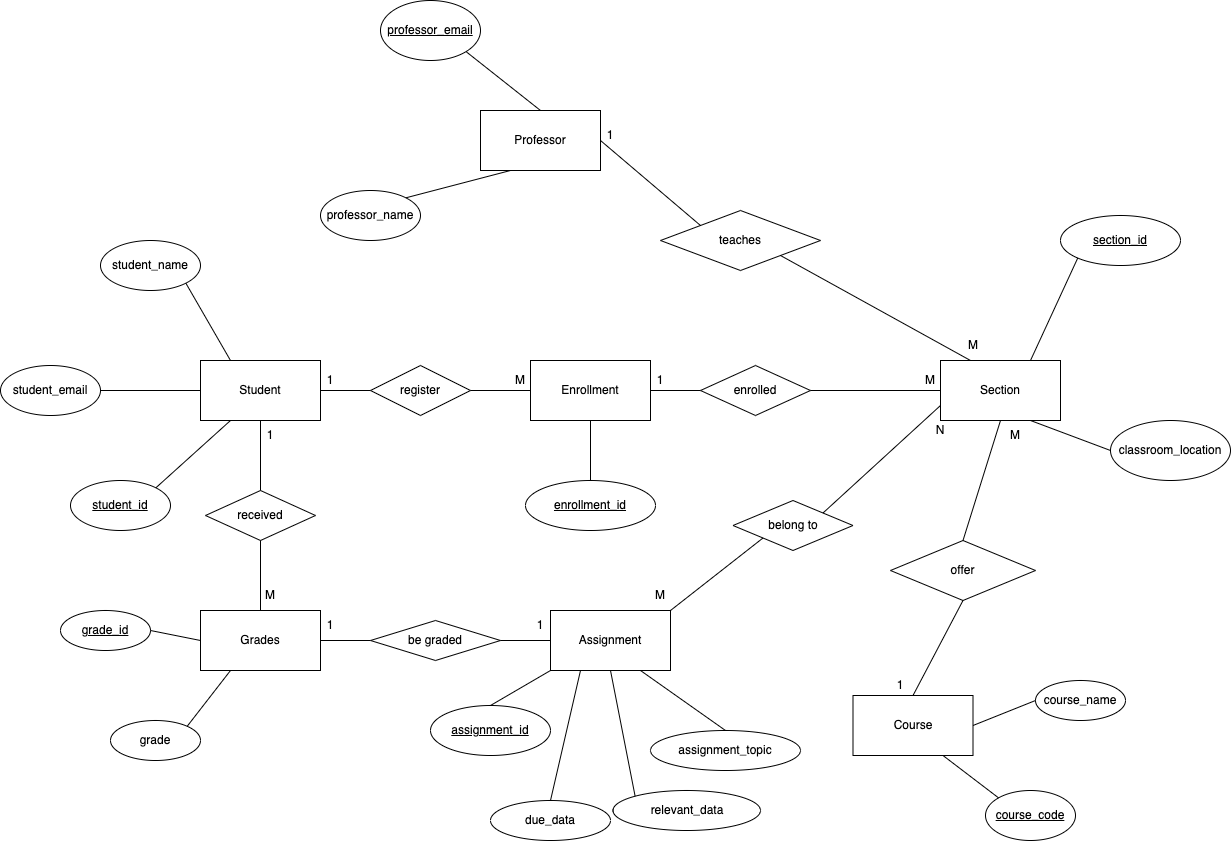
Earlier version of the draw.io export ER diagram.png (dbdesign-students-spring2024/5-database-design-Ruojin-song). Source tidied: cells renumbered, new cells last; positions are measured from the earlier drawing's top-left corner, leaving out a move shared by most shapes.
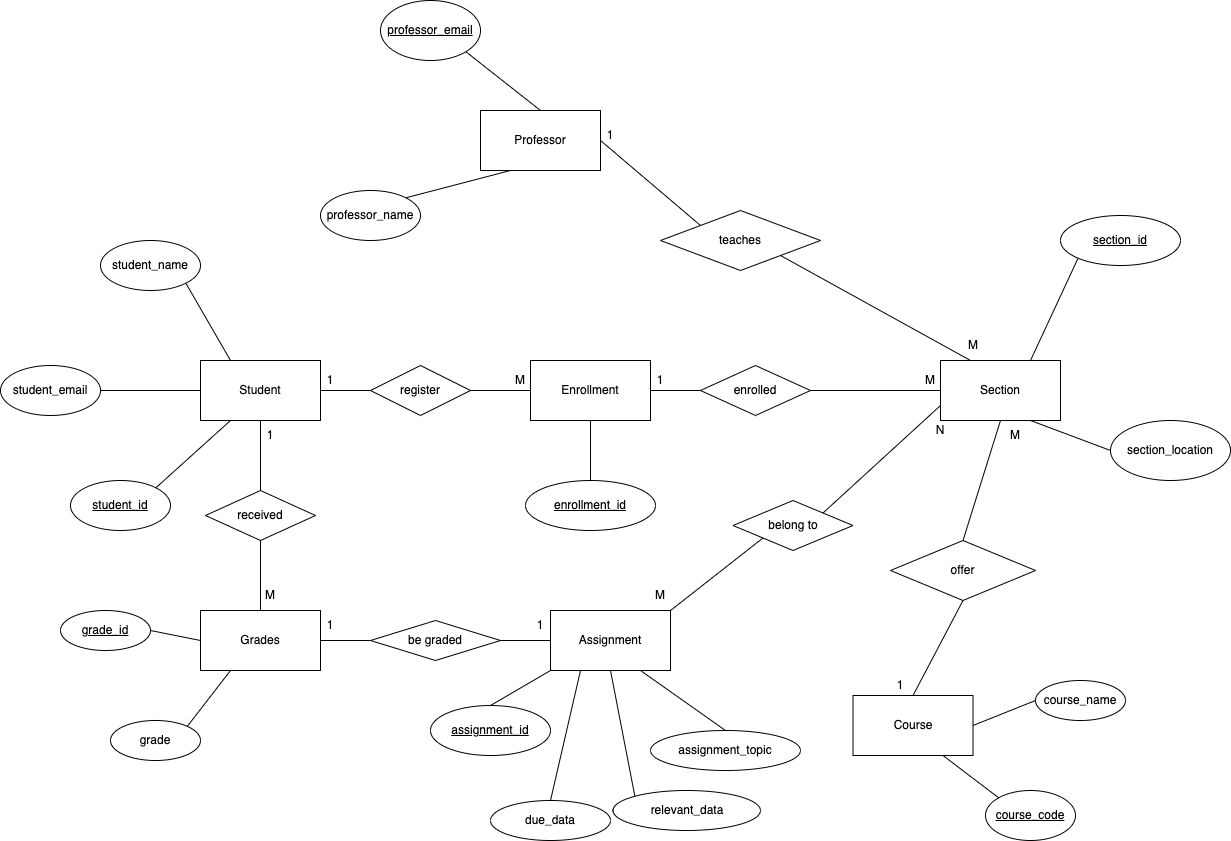
The same diagram one commit later.

Commit message:
Finished Assignment

What changed in the source:
```diff
@@ -65,7 +65,7 @@
     <mxCell id="22" value="&lt;u&gt;section_id&lt;/u&gt;" style="ellipse;whiteSpace=wrap;html=1;" parent="1" vertex="1">
       <mxGeometry x="1060" y="215" width="120" height="50" as="geometry" />
     </mxCell>
-    <mxCell id="23" value="classroom_location" style="ellipse;whiteSpace=wrap;html=1;" parent="1" vertex="1">
+    <mxCell id="23" value="section_location" style="ellipse;whiteSpace=wrap;html=1;" parent="1" vertex="1">
       <mxGeometry x="1110" y="420" width="120" height="60" as="geometry" />
     </mxCell>
     <mxCell id="24" value="Enrollment" style="rounded=0;whiteSpace=wrap;html=1;" parent="1" vertex="1">
```
